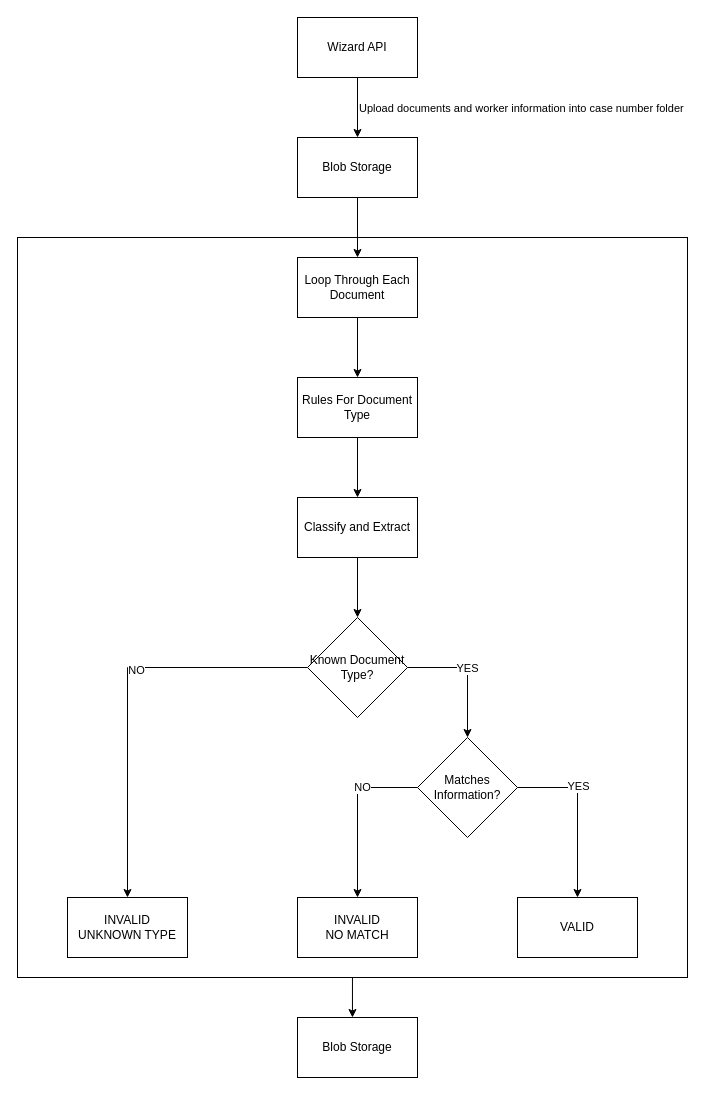
user11081980/temp keeps this draw.io diagram as page "Wave 9 and 10. Flow Diagram" (13 of 13) of AI.drawio. Above is the earlier version. Source tidied: cells renumbered, new cells numbered last; positions are measured from the earlier drawing's top-left corner, leaving out a move shared by most shapes. Both pictures are drawn from the tidied source at 100%, with x=0, y=0 at pixel (17, 17).
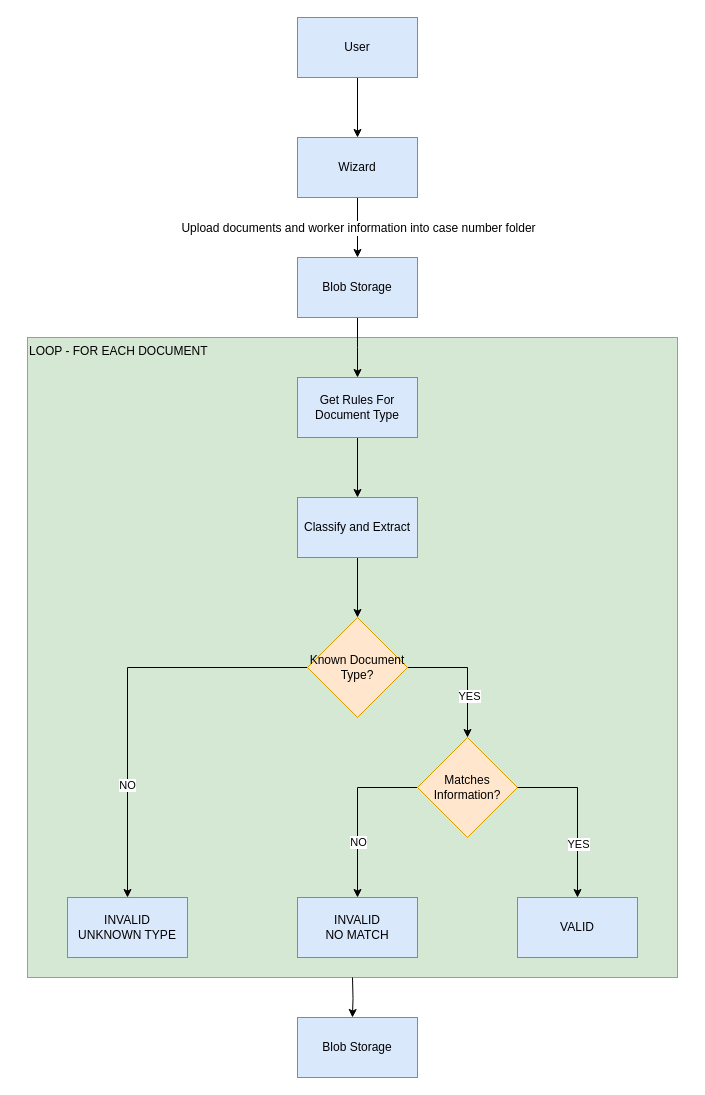
The same diagram, later.

Unchanged cells that the change refers to:
```xml
<mxCell id="3" style="edgeStyle=orthogonalEdgeStyle;rounded=0;jettySize=auto;html=1;exitX=0.5;exitY=1;exitDx=0;exitDy=0;entryX=0.5;entryY=0;entryDx=0;entryDy=0;" parent="1" edge="1" source="5" target="7">
  <mxGeometry relative="1" as="geometry" />
</mxCell>
<mxCell id="12" style="edgeStyle=orthogonalEdgeStyle;rounded=0;jettySize=auto;html=1;entryX=0.5;entryY=0;entryDx=0;entryDy=0;" parent="1" edge="1" source="16" target="22">
  <mxGeometry relative="1" as="geometry" />
</mxCell>
<mxCell id="14" style="edgeStyle=orthogonalEdgeStyle;rounded=0;jettySize=auto;html=1;" parent="1" edge="1" source="16" target="19">
  <mxGeometry relative="1" as="geometry" />
</mxCell>
<mxCell id="17" style="edgeStyle=orthogonalEdgeStyle;rounded=0;jettySize=auto;html=1;exitX=0;exitY=0.5;exitDx=0;exitDy=0;" parent="1" edge="1" source="19" target="23">
  <mxGeometry relative="1" as="geometry" />
</mxCell>
<mxCell id="24" style="edgeStyle=orthogonalEdgeStyle;rounded=0;jettySize=auto;html=1;exitX=1;exitY=0.5;exitDx=0;exitDy=0;" parent="1" edge="1" source="19" target="26">
  <mxGeometry relative="1" as="geometry" />
</mxCell>
```

The edit, as a diff of the source:
```diff
@@
-    <mxCell id="2" style="rounded=0;whiteSpace=wrap;html=1;fillColor=none;" parent="1" vertex="1">
-      <mxGeometry y="220" width="670" height="740" as="geometry" />
-    </mxCell>
+    <mxCell id="29" value="LOOP - FOR EACH DOCUMENT" style="rounded=0;whiteSpace=wrap;html=1;fillColor=#d5e8d4;verticalAlign=top;align=left;strokeColor=#82b366;" parent="1" vertex="1">
+      <mxGeometry x="10" y="320" width="650" height="640" as="geometry" />
+    </mxCell>
@@
-    <mxCell id="4" value="Upload documents and worker information into case number folder" style="edgeLabel;html=1;align=left;verticalAlign=middle;labelPosition=right;verticalLabelPosition=middle;" parent="3" vertex="1">
+    <mxCell id="4" value="&lt;font style=&quot;font-size: 12px;&quot;&gt;Upload documents and worker information into case number folder&lt;/font&gt;" style="edgeLabel;html=1;align=center;verticalAlign=middle;labelPosition=center;verticalLabelPosition=middle;" parent="3" vertex="1">
       <mxGeometry relative="1" as="geometry" />
     </mxCell>
-    <mxCell id="5" value="Wizard API" style="rounded=0;whiteSpace=wrap;html=1;" parent="1" vertex="1">
-      <mxGeometry x="280" width="120" height="60" as="geometry" />
+    <mxCell id="5" value="Wizard" style="rounded=0;whiteSpace=wrap;html=1;fillColor=#dae8fc;strokeColor=#6c8ebf;" parent="1" vertex="1">
+      <mxGeometry x="280" y="120" width="120" height="60" as="geometry" />
     </mxCell>
-    <mxCell id="6" style="edgeStyle=orthogonalEdgeStyle;rounded=0;jettySize=auto;html=1;entryX=0.5;entryY=0;entryDx=0;entryDy=0;" parent="1" edge="1" source="7" target="9">
-      <mxGeometry relative="1" as="geometry" />
+    <mxCell id="6" style="edgeStyle=orthogonalEdgeStyle;rounded=0;jettySize=auto;html=1;entryX=0.5;entryY=0;entryDx=0;entryDy=0;" parent="1" edge="1" source="7">
+      <mxGeometry relative="1" as="geometry">
+        <mxPoint x="340" y="360" as="targetPoint" />
+      </mxGeometry>
     </mxCell>
-    <mxCell id="7" value="Blob Storage" style="rounded=0;whiteSpace=wrap;html=1;" parent="1" vertex="1">
-      <mxGeometry x="280" y="120" width="120" height="60" as="geometry" />
+    <mxCell id="7" value="Blob Storage" style="rounded=0;whiteSpace=wrap;html=1;fillColor=#dae8fc;strokeColor=#6c8ebf;" parent="1" vertex="1">
+      <mxGeometry x="280" y="240" width="120" height="60" as="geometry" />
     </mxCell>
-    <mxCell id="8" style="edgeStyle=orthogonalEdgeStyle;rounded=0;jettySize=auto;html=1;entryX=0.5;entryY=0;entryDx=0;entryDy=0;" parent="1" edge="1" source="9" target="11">
-      <mxGeometry relative="1" as="geometry" />
-    </mxCell>
-    <mxCell id="9" value="Loop Through Each Document" style="rounded=0;whiteSpace=wrap;html=1;" parent="1" vertex="1">
-      <mxGeometry x="280" y="240" width="120" height="60" as="geometry" />
-    </mxCell>
@@
-    <mxCell id="11" value="Rules F&lt;span style=&quot;background-color: transparent; color: light-dark(rgb(0, 0, 0), rgb(255, 255, 255));&quot;&gt;or Document Type&lt;/span&gt;" style="rounded=0;whiteSpace=wrap;html=1;" parent="1" vertex="1">
+    <mxCell id="11" value="Get Rules F&lt;span style=&quot;background-color: transparent; color: light-dark(rgb(0, 0, 0), rgb(255, 255, 255));&quot;&gt;or Document Type&lt;/span&gt;" style="rounded=0;whiteSpace=wrap;html=1;fillColor=#dae8fc;strokeColor=#6c8ebf;" parent="1" vertex="1">
       <mxGeometry x="280" y="360" width="120" height="60" as="geometry" />
     </mxCell>
@@
-    <mxCell id="13" value="NO" style="edgeLabel;html=1;align=center;verticalAlign=middle;" parent="12" vertex="1">
-      <mxGeometry x="-0.16" y="2" relative="1" as="geometry" />
-    </mxCell>
+    <mxCell id="30" value="NO" style="edgeLabel;html=1;align=center;verticalAlign=middle;" parent="12" vertex="1">
+      <mxGeometry x="0.45" y="-1" relative="1" as="geometry" />
+    </mxCell>
@@
-    <mxCell id="15" value="YES" style="edgeLabel;html=1;align=center;verticalAlign=middle;" parent="14" vertex="1">
-      <mxGeometry x="-0.09" relative="1" as="geometry" />
-    </mxCell>
+    <mxCell id="31" value="YES" style="edgeLabel;html=1;align=center;verticalAlign=middle;" parent="14" vertex="1">
+      <mxGeometry x="0.35" y="1" relative="1" as="geometry" />
+    </mxCell>
-    <mxCell id="16" value="Known Document Type?" style="rhombus;whiteSpace=wrap;html=1;" parent="1" vertex="1">
+    <mxCell id="16" value="Known Document Type?" style="rhombus;whiteSpace=wrap;html=1;fillColor=#ffe6cc;strokeColor=#d79b00;" parent="1" vertex="1">
       <mxGeometry x="290" y="600" width="100" height="100" as="geometry" />
     </mxCell>
@@
-    <mxCell id="18" value="NO" style="edgeLabel;html=1;align=center;verticalAlign=middle;" parent="17" vertex="1">
-      <mxGeometry x="-0.34" y="-1" relative="1" as="geometry" />
-    </mxCell>
+    <mxCell id="32" value="NO" style="edgeLabel;html=1;align=center;verticalAlign=middle;" parent="17" vertex="1">
+      <mxGeometry x="0.34" relative="1" as="geometry" />
+    </mxCell>
-    <mxCell id="19" value="Matches Information?" style="rhombus;whiteSpace=wrap;html=1;" parent="1" vertex="1">
+    <mxCell id="19" value="Matches Information?" style="rhombus;whiteSpace=wrap;html=1;fillColor=#ffe6cc;strokeColor=#d79b00;" parent="1" vertex="1">
       <mxGeometry x="400" y="720" width="100" height="100" as="geometry" />
     </mxCell>
@@
-    <mxCell id="21" value="Classify and Extract" style="rounded=0;whiteSpace=wrap;html=1;" parent="1" vertex="1">
+    <mxCell id="21" value="Classify and Extract" style="rounded=0;whiteSpace=wrap;html=1;fillColor=#dae8fc;strokeColor=#6c8ebf;" parent="1" vertex="1">
       <mxGeometry x="280" y="480" width="120" height="60" as="geometry" />
     </mxCell>
-    <mxCell id="22" value="INVALID&lt;br&gt;UNKNOWN TYPE" style="rounded=0;whiteSpace=wrap;html=1;" parent="1" vertex="1">
+    <mxCell id="22" value="INVALID&lt;br&gt;UNKNOWN TYPE" style="rounded=0;whiteSpace=wrap;html=1;fillColor=#dae8fc;strokeColor=#6c8ebf;" parent="1" vertex="1">
       <mxGeometry x="50" y="880" width="120" height="60" as="geometry" />
     </mxCell>
-    <mxCell id="23" value="INVALID&lt;br&gt;NO MATCH" style="rounded=0;whiteSpace=wrap;html=1;" parent="1" vertex="1">
+    <mxCell id="23" value="INVALID&lt;br&gt;NO MATCH" style="rounded=0;whiteSpace=wrap;html=1;fillColor=#dae8fc;strokeColor=#6c8ebf;" parent="1" vertex="1">
       <mxGeometry x="280" y="880" width="120" height="60" as="geometry" />
     </mxCell>
@@
-    <mxCell id="25" value="YES" style="edgeLabel;html=1;align=center;verticalAlign=middle;" parent="24" vertex="1">
-      <mxGeometry x="-0.29" y="-2" relative="1" as="geometry">
-        <mxPoint x="2" y="-2" as="offset" />
-      </mxGeometry>
-    </mxCell>
+    <mxCell id="33" value="YES" style="edgeLabel;html=1;align=center;verticalAlign=middle;" parent="24" vertex="1">
+      <mxGeometry x="0.36" relative="1" as="geometry" />
+    </mxCell>
-    <mxCell id="26" value="VALID" style="rounded=0;whiteSpace=wrap;html=1;" parent="1" vertex="1">
+    <mxCell id="26" value="VALID" style="rounded=0;whiteSpace=wrap;html=1;fillColor=#dae8fc;strokeColor=#6c8ebf;" parent="1" vertex="1">
       <mxGeometry x="500" y="880" width="120" height="60" as="geometry" />
     </mxCell>
-    <mxCell id="27" value="Blob Storage" style="rounded=0;whiteSpace=wrap;html=1;" parent="1" vertex="1">
+    <mxCell id="27" value="Blob Storage" style="rounded=0;whiteSpace=wrap;html=1;fillColor=#dae8fc;strokeColor=#6c8ebf;" parent="1" vertex="1">
       <mxGeometry x="280" y="1000" width="120" height="60" as="geometry" />
     </mxCell>
-    <mxCell id="28" style="edgeStyle=orthogonalEdgeStyle;rounded=0;jettySize=auto;html=1;entryX=0.458;entryY=0;entryDx=0;entryDy=0;entryPerimeter=0;" parent="1" edge="1" source="2" target="27">
-      <mxGeometry relative="1" as="geometry" />
+    <mxCell id="28" style="edgeStyle=orthogonalEdgeStyle;rounded=0;jettySize=auto;html=1;entryX=0.458;entryY=0;entryDx=0;entryDy=0;entryPerimeter=0;" parent="1" edge="1" target="27">
+      <mxGeometry relative="1" as="geometry">
+        <mxPoint x="335" y="960" as="sourcePoint" />
+      </mxGeometry>
     </mxCell>
+    <mxCell id="34" style="edgeStyle=orthogonalEdgeStyle;rounded=0;jettySize=auto;html=1;entryX=0.5;entryY=0;entryDx=0;entryDy=0;" parent="1" edge="1" source="35" target="5">
+      <mxGeometry relative="1" as="geometry" />
+    </mxCell>
+    <mxCell id="35" value="User" style="rounded=0;whiteSpace=wrap;html=1;fillColor=#dae8fc;strokeColor=#6c8ebf;" parent="1" vertex="1">
+      <mxGeometry x="280" width="120" height="60" as="geometry" />
+    </mxCell>
```
